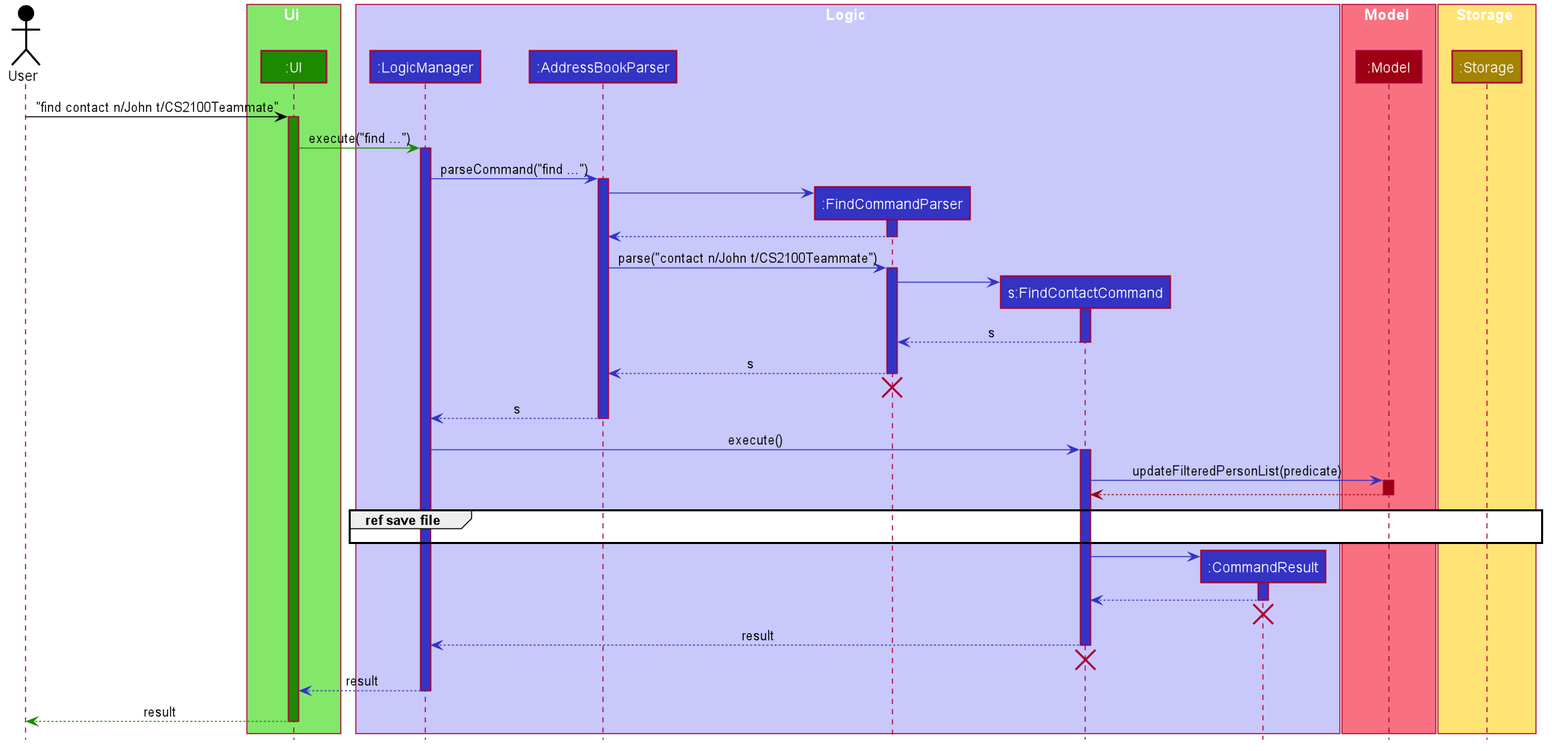
Above: docs/images/findFunction/FindCommandSequenceDiagram.png in urieltan/tp (PlantUML), before the change.
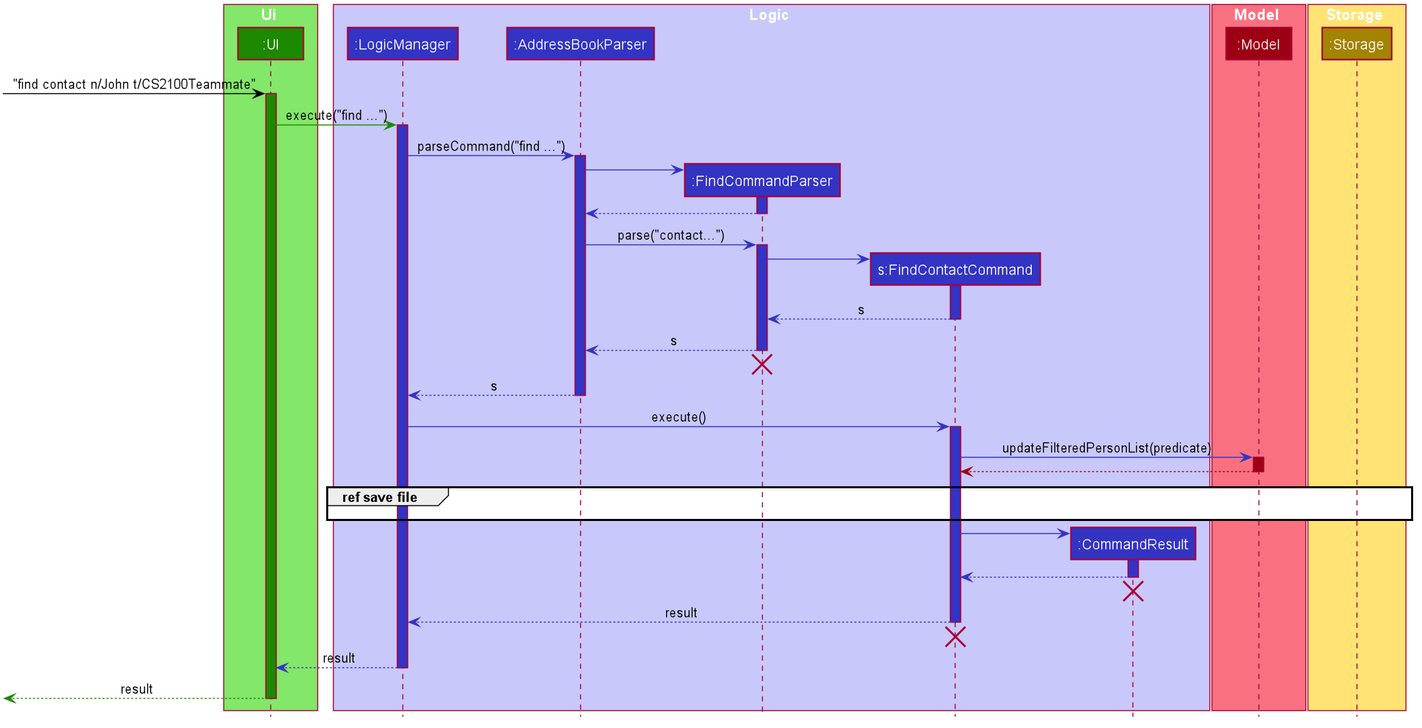
Later version of the same file.

The edit, as a diff of the source:
```diff
@@ -48,7 +48,6 @@
 hide members
 hide circle
 
-Actor User as user #000000
 box Ui #83E769
 Participant ":UI" as ui #1D8900
 end box
@@ -69,7 +68,7 @@
 Participant ":Storage" as Storage #A38300
 end box
 
-user -[#000000]> ui : "find contact n/John t/CS2100Teammate"
+ -[#000000]> ui : "find contact n/John t/CS2100Teammate"
 activate ui #1D8900
 
 ui -[#1D8900]> LogicManager : execute("find ...")
@@ -86,7 +85,7 @@
 deactivate FindCommandParser
 
 
-AddressBookParser -[#3333C4]> FindCommandParser : parse("contact n/John t/CS2100Teammate")
+AddressBookParser -[#3333C4]> FindCommandParser : parse("contact...")
 activate FindCommandParser #3333C4
 
 create FindContactCommand
@@ -137,6 +136,6 @@
 ui <-[#3333C4]-LogicManager : result
 deactivate LogicManager
 
-user <-[#1D8900]-ui : result
+ <-[#1D8900]-ui : result
 deactivate ui
 @enduml
```
